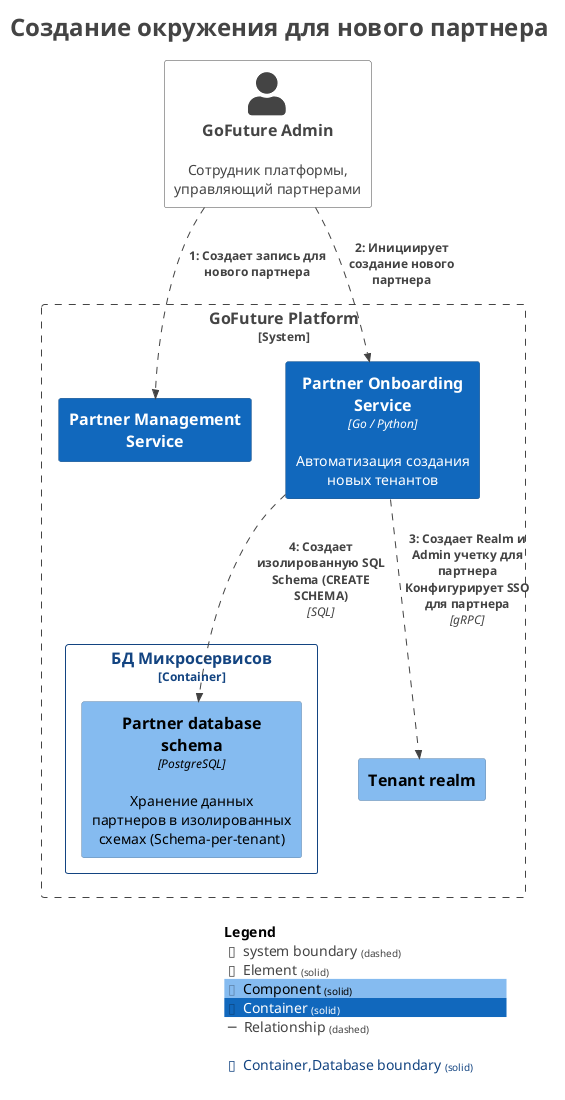
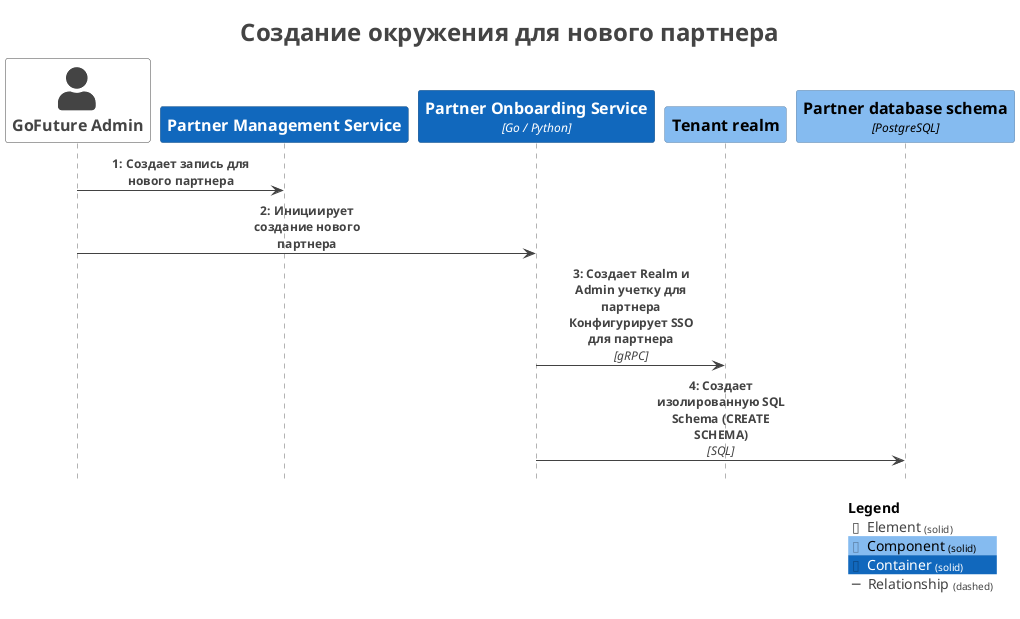
@startuml
title <size:24>Создание окружения для нового партнера</size>

set separator none
- top to bottom direction

<style>
  root {
    BackgroundColor: #ffffff
    FontColor: #444444
  }
</style>

- !include <C4/C4>
- !include <C4/C4_Context>
- !include <C4/C4_Container>
- !include <C4/C4_Component>
+ !include <C4/C4_Sequence>

AddElementTag("Element", $bgColor="#ffffff", $borderColor="#444444", $fontColor="#444444", $sprite="", $shadowing="", $borderStyle="solid")
AddElementTag("Component", $bgColor="#85bbf0", $borderColor="#5d82a8", $fontColor="#000000", $sprite="", $shadowing="", $borderStyle="solid")
AddElementTag("Container", $bgColor="#1168bd", $borderColor="#0b4884", $fontColor="#ffffff", $sprite="", $shadowing="", $borderStyle="solid")

AddRelTag("Relationship", $textColor="#424242", $lineColor="#424242", $lineStyle = DashedLine())

- AddBoundaryTag("Container,Infrastructure", $bgColor="#ffffff", $borderColor="#ffffff", $fontColor="#ffffff", $shadowing="", $borderStyle="solid")
- AddBoundaryTag("Container,Database", $bgColor="#ffffff", $borderColor="#134481", $fontColor="#134481", $shadowing="", $borderStyle="solid")
- 
- Person(GoFutureAdmin, "GoFuture Admin", $descr="Сотрудник платформы, управляющий партнерами", $tags="Element", $link="")
- 
- System_Boundary("GoFuturePlatform_boundary", "GoFuture Platform", $tags="Element") {
-   Container_Boundary("GoFuturePlatform.БДМикросервисов_boundary", "БД Микросервисов", $tags="Container,Database") {
-     Component(GoFuturePlatform.БДМикросервисов.Partnerdatabaseschema, "Partner database schema", $techn="PostgreSQL", $descr="Хранение данных партнеров в изолированных схемах (Schema-per-tenant)", $tags="Component", $link="")
-   }
- 
-   Container_Boundary("GoFuturePlatform.IdentityService_boundary", "Identity Service", $tags="Container,Infrastructure") {
-     Component(GoFuturePlatform.IdentityService.Tenantrealm, "Tenant realm", $techn="", $descr="", $tags="Component", $link="")
-   }
- 
-   Container(GoFuturePlatform.PartnerManagementService, "Partner Management Service", $techn="", $descr="", $tags="Container", $link="")
-   Container(GoFuturePlatform.PartnerOnboardingService, "Partner Onboarding Service", $techn="Go / Python", $descr="Автоматизация создания новых тенантов", $tags="Container", $link="")
- }
- 
Person(GoFutureAdmin, "GoFuture Admin", $descr="Сотрудник платформы, управляющий партнерами", $tags="Element", $link="")
Container(GoFuturePlatform.PartnerManagementService, "Partner Management Service", $techn="", $descr="", $tags="Container", $link="")
Container(GoFuturePlatform.PartnerOnboardingService, "Partner Onboarding Service", $techn="Go / Python", $descr="Автоматизация создания новых тенантов", $tags="Container", $link="")
+ Component(GoFuturePlatform.IdentityService.Tenantrealm, "Tenant realm", $techn="", $descr="", $tags="Component", $link="")
+ Component(GoFuturePlatform.БДМикросервисов.Partnerdatabaseschema, "Partner database schema", $techn="PostgreSQL", $descr="Хранение данных партнеров в изолированных схемах (Schema-per-tenant)", $tags="Component", $link="")

Rel(GoFutureAdmin, GoFuturePlatform.PartnerManagementService, "1: Создает запись для нового партнера", $techn="", $tags="Relationship", $link="")
Rel(GoFutureAdmin, GoFuturePlatform.PartnerOnboardingService, "2: Инициирует создание нового партнера", $techn="", $tags="Relationship", $link="")
Rel(GoFuturePlatform.PartnerOnboardingService, GoFuturePlatform.IdentityService.Tenantrealm, "3: Создает Realm и Admin учетку для партнера\nКонфигурирует SSO для партнера", $techn="gRPC", $tags="Relationship", $link="")
Rel(GoFuturePlatform.PartnerOnboardingService, GoFuturePlatform.БДМикросервисов.Partnerdatabaseschema, "4: Создает изолированную SQL Schema (CREATE SCHEMA)", $techn="SQL", $tags="Relationship", $link="")

SHOW_LEGEND(true)
hide stereotypes
@enduml